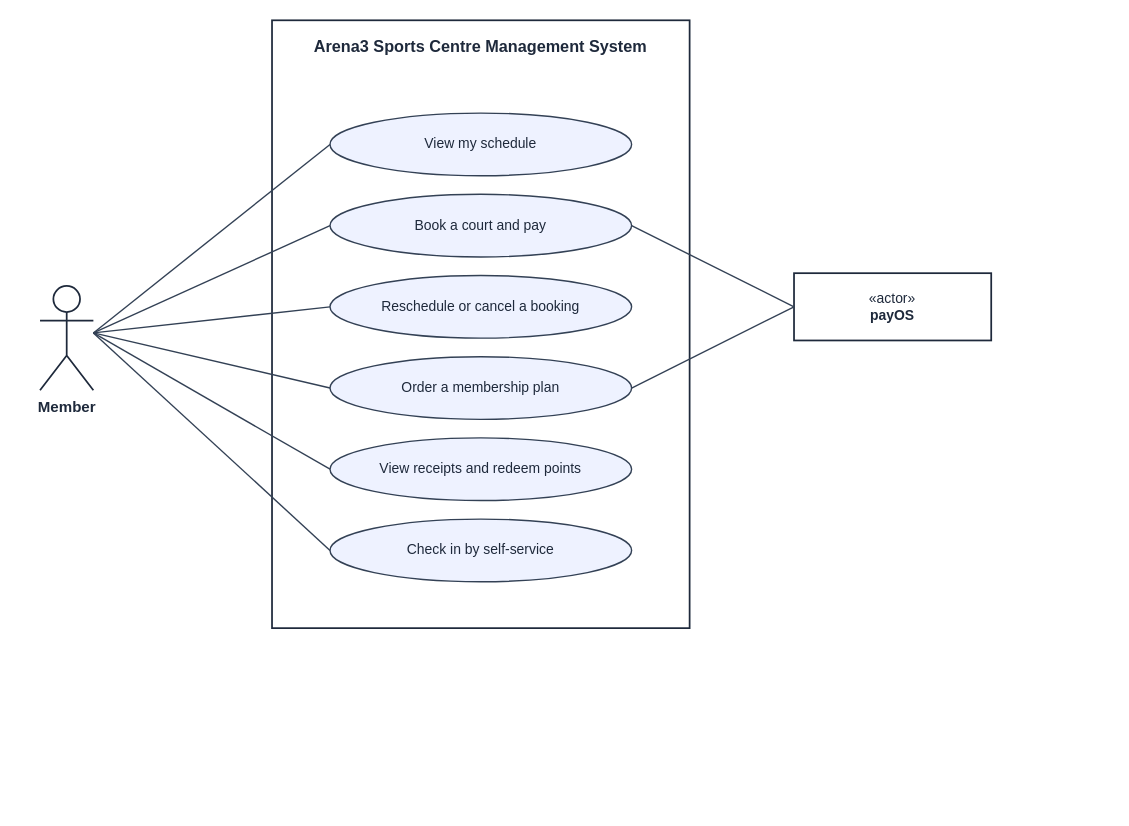
Before: docs/diagrams/srs/04-uc-member-booking.drawio in facingshootingstar/Arena3, a draw.io diagram. Source tidied: cells renumbered, new cells numbered last; positions are measured from the earlier drawing's top-left corner, leaving out a move shared by most shapes. Both pictures are drawn from the tidied source at 116%, with x=0, y=0 at pixel (39, 20).
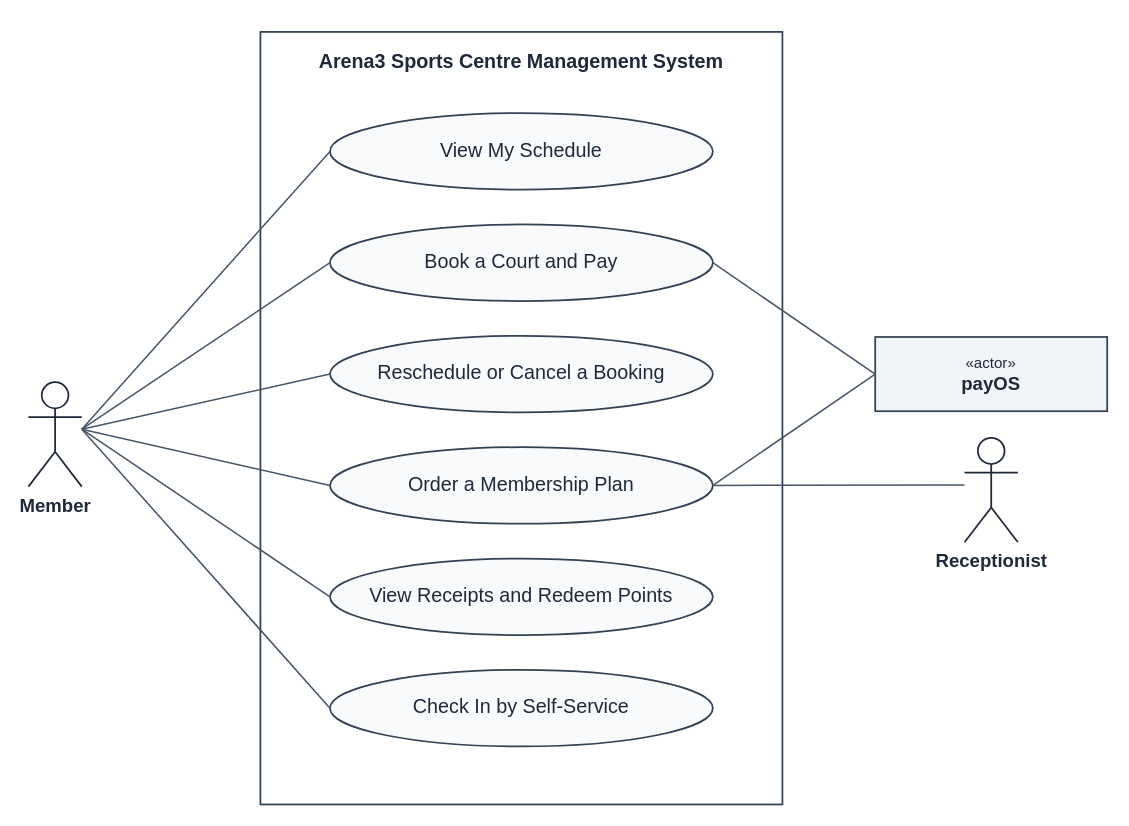
Above is the later version.

What changed in the source:
```diff
@@
-    <mxCell id="2" value="Arena3 Sports Centre Management System" style="rounded=0;whiteSpace=wrap;html=1;fillColor=none;strokeColor=#1e293b;strokeWidth=1.5;verticalAlign=top;align=center;spacingTop=8;fontFamily=Helvetica;fontSize=14;fontStyle=1;fontColor=#1e293b;" parent="1" vertex="1">
-      <mxGeometry x="200" width="360" height="524" as="geometry" />
+    <mxCell id="2" value="Arena3 Sports Centre Management System" style="rounded=0;whiteSpace=wrap;html=1;fillColor=none;strokeColor=#334155;strokeWidth=1.5;verticalAlign=top;align=center;spacingTop=10;fontFamily=Helvetica;fontSize=17;fontStyle=1;fontColor=#1e293b;" parent="1" vertex="1">
+      <mxGeometry x="190" y="10" width="450" height="666" as="geometry" />
     </mxCell>
-    <mxCell id="3" value="View my schedule" style="ellipse;whiteSpace=wrap;html=1;fillColor=#eef2ff;strokeColor=#334155;strokeWidth=1.2;fontFamily=Helvetica;fontSize=12;fontColor=#1e293b;" parent="1" vertex="1">
-      <mxGeometry x="250" y="80" width="260" height="54" as="geometry" />
-    </mxCell>
-    <mxCell id="4" value="Book a court and pay" style="ellipse;whiteSpace=wrap;html=1;fillColor=#eef2ff;strokeColor=#334155;strokeWidth=1.2;fontFamily=Helvetica;fontSize=12;fontColor=#1e293b;" parent="1" vertex="1">
-      <mxGeometry x="250" y="150" width="260" height="54" as="geometry" />
-    </mxCell>
-    <mxCell id="5" value="Reschedule or cancel a booking" style="ellipse;whiteSpace=wrap;html=1;fillColor=#eef2ff;strokeColor=#334155;strokeWidth=1.2;fontFamily=Helvetica;fontSize=12;fontColor=#1e293b;" parent="1" vertex="1">
-      <mxGeometry x="250" y="220" width="260" height="54" as="geometry" />
-    </mxCell>
-    <mxCell id="6" value="Order a membership plan" style="ellipse;whiteSpace=wrap;html=1;fillColor=#eef2ff;strokeColor=#334155;strokeWidth=1.2;fontFamily=Helvetica;fontSize=12;fontColor=#1e293b;" parent="1" vertex="1">
-      <mxGeometry x="250" y="290" width="260" height="54" as="geometry" />
-    </mxCell>
-    <mxCell id="7" value="View receipts and redeem points" style="ellipse;whiteSpace=wrap;html=1;fillColor=#eef2ff;strokeColor=#334155;strokeWidth=1.2;fontFamily=Helvetica;fontSize=12;fontColor=#1e293b;" parent="1" vertex="1">
-      <mxGeometry x="250" y="360" width="260" height="54" as="geometry" />
-    </mxCell>
-    <mxCell id="8" value="Check in by self-service" style="ellipse;whiteSpace=wrap;html=1;fillColor=#eef2ff;strokeColor=#334155;strokeWidth=1.2;fontFamily=Helvetica;fontSize=12;fontColor=#1e293b;" parent="1" vertex="1">
-      <mxGeometry x="250" y="430" width="260" height="54" as="geometry" />
-    </mxCell>
+    <mxCell id="19" value="View My Schedule" style="ellipse;whiteSpace=wrap;html=1;spacingLeft=22;spacingRight=22;fillColor=#f8fafc;strokeColor=#334155;strokeWidth=1.5;fontFamily=Helvetica;fontSize=17;fontColor=#1e293b;" parent="1" vertex="1">
+      <mxGeometry x="250" y="80" width="330" height="66" as="geometry" />
+    </mxCell>
+    <mxCell id="20" value="Book a Court and Pay" style="ellipse;whiteSpace=wrap;html=1;spacingLeft=22;spacingRight=22;fillColor=#f8fafc;strokeColor=#334155;strokeWidth=1.5;fontFamily=Helvetica;fontSize=17;fontColor=#1e293b;" parent="1" vertex="1">
+      <mxGeometry x="250" y="176" width="330" height="66" as="geometry" />
+    </mxCell>
+    <mxCell id="21" value="Reschedule or Cancel a Booking" style="ellipse;whiteSpace=wrap;html=1;spacingLeft=22;spacingRight=22;fillColor=#f8fafc;strokeColor=#334155;strokeWidth=1.5;fontFamily=Helvetica;fontSize=17;fontColor=#1e293b;" parent="1" vertex="1">
+      <mxGeometry x="250" y="272" width="330" height="66" as="geometry" />
+    </mxCell>
+    <mxCell id="22" value="Order a Membership Plan" style="ellipse;whiteSpace=wrap;html=1;spacingLeft=22;spacingRight=22;fillColor=#f8fafc;strokeColor=#334155;strokeWidth=1.5;fontFamily=Helvetica;fontSize=17;fontColor=#1e293b;" parent="1" vertex="1">
+      <mxGeometry x="250" y="368" width="330" height="66" as="geometry" />
+    </mxCell>
+    <mxCell id="23" value="View Receipts and Redeem Points" style="ellipse;whiteSpace=wrap;html=1;spacingLeft=22;spacingRight=22;fillColor=#f8fafc;strokeColor=#334155;strokeWidth=1.5;fontFamily=Helvetica;fontSize=17;fontColor=#1e293b;" parent="1" vertex="1">
+      <mxGeometry x="250" y="464" width="330" height="66" as="geometry" />
+    </mxCell>
+    <mxCell id="24" value="Check In by Self-Service" style="ellipse;whiteSpace=wrap;html=1;spacingLeft=22;spacingRight=22;fillColor=#f8fafc;strokeColor=#334155;strokeWidth=1.5;fontFamily=Helvetica;fontSize=17;fontColor=#1e293b;" parent="1" vertex="1">
+      <mxGeometry x="250" y="560" width="330" height="66" as="geometry" />
+    </mxCell>
-    <mxCell id="9" value="Member" style="shape=umlActor;verticalLabelPosition=bottom;verticalAlign=top;html=1;outlineConnect=0;fillColor=#ffffff;strokeColor=#1e293b;strokeWidth=1.5;fontFamily=Helvetica;fontSize=13;fontStyle=1;fontColor=#1e293b;" parent="1" vertex="1">
-      <mxGeometry y="229" width="46" height="90" as="geometry" />
+    <mxCell id="9" value="Member" style="shape=umlActor;verticalLabelPosition=bottom;verticalAlign=top;html=1;outlineConnect=0;fillColor=#ffffff;strokeColor=#1e293b;strokeWidth=1.5;fontFamily=Helvetica;fontSize=16;fontStyle=1;fontColor=#1e293b;" parent="1" vertex="1">
+      <mxGeometry x="-10" y="312" width="46" height="90" as="geometry" />
     </mxCell>
-    <mxCell id="10" style="endArrow=none;html=1;rounded=0;edgeStyle=none;strokeColor=#334155;strokeWidth=1.2;exitX=1.0000;exitY=0.4500;exitDx=0;exitDy=0;exitPerimeter=0;entryX=0.0000;entryY=0.5000;entryDx=0;entryDy=0;entryPerimeter=0;" parent="1" edge="1" source="9" target="3">
+    <mxCell id="10" style="endArrow=none;html=1;rounded=0;edgeStyle=none;strokeColor=#475569;strokeWidth=1.3;exitX=1.0000;exitY=0.4500;exitDx=0;exitDy=0;exitPerimeter=0;entryX=0.0000;entryY=0.5000;entryDx=0;entryDy=0;entryPerimeter=0;" parent="1" edge="1" source="9" target="19">
       <mxGeometry relative="1" as="geometry" />
     </mxCell>
-    <mxCell id="11" style="endArrow=none;html=1;rounded=0;edgeStyle=none;strokeColor=#334155;strokeWidth=1.2;exitX=1.0000;exitY=0.4500;exitDx=0;exitDy=0;exitPerimeter=0;entryX=0.0000;entryY=0.5000;entryDx=0;entryDy=0;entryPerimeter=0;" parent="1" edge="1" source="9" target="4">
+    <mxCell id="11" style="endArrow=none;html=1;rounded=0;edgeStyle=none;strokeColor=#475569;strokeWidth=1.3;exitX=1.0000;exitY=0.4500;exitDx=0;exitDy=0;exitPerimeter=0;entryX=0.0000;entryY=0.5000;entryDx=0;entryDy=0;entryPerimeter=0;" parent="1" edge="1" source="9" target="20">
       <mxGeometry relative="1" as="geometry" />
     </mxCell>
-    <mxCell id="12" style="endArrow=none;html=1;rounded=0;edgeStyle=none;strokeColor=#334155;strokeWidth=1.2;exitX=1.0000;exitY=0.4500;exitDx=0;exitDy=0;exitPerimeter=0;entryX=0.0000;entryY=0.5000;entryDx=0;entryDy=0;entryPerimeter=0;" parent="1" edge="1" source="9" target="5">
+    <mxCell id="12" style="endArrow=none;html=1;rounded=0;edgeStyle=none;strokeColor=#475569;strokeWidth=1.3;exitX=1.0000;exitY=0.4500;exitDx=0;exitDy=0;exitPerimeter=0;entryX=0.0000;entryY=0.5000;entryDx=0;entryDy=0;entryPerimeter=0;" parent="1" edge="1" source="9" target="21">
       <mxGeometry relative="1" as="geometry" />
     </mxCell>
-    <mxCell id="13" style="endArrow=none;html=1;rounded=0;edgeStyle=none;strokeColor=#334155;strokeWidth=1.2;exitX=1.0000;exitY=0.4500;exitDx=0;exitDy=0;exitPerimeter=0;entryX=0.0000;entryY=0.5000;entryDx=0;entryDy=0;entryPerimeter=0;" parent="1" edge="1" source="9" target="6">
+    <mxCell id="13" style="endArrow=none;html=1;rounded=0;edgeStyle=none;strokeColor=#475569;strokeWidth=1.3;exitX=1.0000;exitY=0.4500;exitDx=0;exitDy=0;exitPerimeter=0;entryX=0.0000;entryY=0.5000;entryDx=0;entryDy=0;entryPerimeter=0;" parent="1" edge="1" source="9" target="22">
       <mxGeometry relative="1" as="geometry" />
     </mxCell>
-    <mxCell id="14" style="endArrow=none;html=1;rounded=0;edgeStyle=none;strokeColor=#334155;strokeWidth=1.2;exitX=1.0000;exitY=0.4500;exitDx=0;exitDy=0;exitPerimeter=0;entryX=0.0000;entryY=0.5000;entryDx=0;entryDy=0;entryPerimeter=0;" parent="1" edge="1" source="9" target="7">
+    <mxCell id="14" style="endArrow=none;html=1;rounded=0;edgeStyle=none;strokeColor=#475569;strokeWidth=1.3;exitX=1.0000;exitY=0.4500;exitDx=0;exitDy=0;exitPerimeter=0;entryX=0.0000;entryY=0.5000;entryDx=0;entryDy=0;entryPerimeter=0;" parent="1" edge="1" source="9" target="23">
       <mxGeometry relative="1" as="geometry" />
     </mxCell>
-    <mxCell id="15" style="endArrow=none;html=1;rounded=0;edgeStyle=none;strokeColor=#334155;strokeWidth=1.2;exitX=1.0000;exitY=0.4500;exitDx=0;exitDy=0;exitPerimeter=0;entryX=0.0000;entryY=0.5000;entryDx=0;entryDy=0;entryPerimeter=0;" parent="1" edge="1" source="9" target="8">
+    <mxCell id="15" style="endArrow=none;html=1;rounded=0;edgeStyle=none;strokeColor=#475569;strokeWidth=1.3;exitX=1.0000;exitY=0.4500;exitDx=0;exitDy=0;exitPerimeter=0;entryX=0.0000;entryY=0.5000;entryDx=0;entryDy=0;entryPerimeter=0;" parent="1" edge="1" source="9" target="24">
       <mxGeometry relative="1" as="geometry" />
     </mxCell>
-    <mxCell id="16" value="&amp;laquo;actor&amp;raquo;&lt;br&gt;&lt;b&gt;payOS&lt;/b&gt;" style="rounded=0;whiteSpace=wrap;html=1;fillColor=#ffffff;strokeColor=#1e293b;strokeWidth=1.5;fontFamily=Helvetica;fontSize=12;fontColor=#1e293b;" parent="1" vertex="1">
-      <mxGeometry x="650" y="218" width="170" height="58" as="geometry" />
+    <mxCell id="16" value="&amp;laquo;actor&amp;raquo;&lt;br&gt;&lt;b&gt;&lt;font style=&quot;font-size:16px&quot;&gt;payOS&lt;/font&gt;&lt;/b&gt;" style="rounded=0;whiteSpace=wrap;html=1;fillColor=#f1f5f9;strokeColor=#334155;strokeWidth=1.5;fontFamily=Helvetica;fontSize=13;fontColor=#1e293b;" parent="1" vertex="1">
+      <mxGeometry x="720" y="273" width="200" height="64" as="geometry" />
     </mxCell>
-    <mxCell id="17" style="endArrow=none;html=1;rounded=0;edgeStyle=none;strokeColor=#334155;strokeWidth=1.2;exitX=1.0000;exitY=0.5000;exitDx=0;exitDy=0;exitPerimeter=0;entryX=0.0000;entryY=0.5000;entryDx=0;entryDy=0;entryPerimeter=0;" parent="1" edge="1" source="4" target="16">
-      <mxGeometry relative="1" as="geometry" />
-    </mxCell>
-    <mxCell id="18" style="endArrow=none;html=1;rounded=0;edgeStyle=none;strokeColor=#334155;strokeWidth=1.2;exitX=1.0000;exitY=0.5000;exitDx=0;exitDy=0;exitPerimeter=0;entryX=0.0000;entryY=0.5000;entryDx=0;entryDy=0;entryPerimeter=0;" parent="1" edge="1" source="6" target="16">
-      <mxGeometry relative="1" as="geometry" />
-    </mxCell>
+    <mxCell id="25" style="endArrow=none;html=1;rounded=0;edgeStyle=none;strokeColor=#475569;strokeWidth=1.3;exitX=1.0000;exitY=0.5000;exitDx=0;exitDy=0;exitPerimeter=0;entryX=0.0000;entryY=0.5000;entryDx=0;entryDy=0;entryPerimeter=0;" parent="1" edge="1" source="20" target="16">
+      <mxGeometry relative="1" as="geometry" />
+    </mxCell>
+    <mxCell id="26" style="endArrow=none;html=1;rounded=0;edgeStyle=none;strokeColor=#475569;strokeWidth=1.3;exitX=1.0000;exitY=0.5000;exitDx=0;exitDy=0;exitPerimeter=0;entryX=0.0000;entryY=0.5000;entryDx=0;entryDy=0;entryPerimeter=0;" parent="1" edge="1" source="22" target="16">
+      <mxGeometry relative="1" as="geometry" />
+    </mxCell>
+    <mxCell id="27" value="Receptionist" style="shape=umlActor;verticalLabelPosition=bottom;verticalAlign=top;html=1;outlineConnect=0;fillColor=#ffffff;strokeColor=#1e293b;strokeWidth=1.5;fontFamily=Helvetica;fontSize=16;fontStyle=1;fontColor=#1e293b;" parent="1" vertex="1">
+      <mxGeometry x="797" y="360" width="46" height="90" as="geometry" />
+    </mxCell>
+    <mxCell id="28" style="endArrow=none;html=1;rounded=0;edgeStyle=none;strokeColor=#475569;strokeWidth=1.3;exitX=1.0000;exitY=0.5000;exitDx=0;exitDy=0;exitPerimeter=0;entryX=0.0000;entryY=0.4500;entryDx=0;entryDy=0;entryPerimeter=0;" parent="1" edge="1" source="22" target="27">
+      <mxGeometry relative="1" as="geometry" />
+    </mxCell>
```
